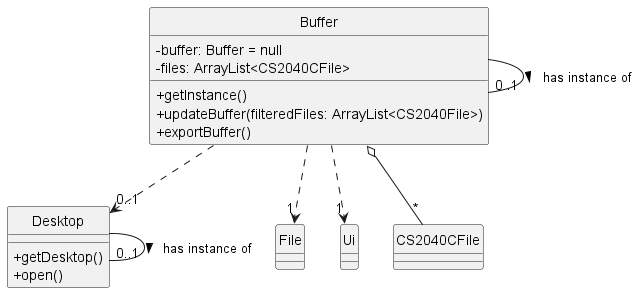
Above: docs/class-diagrams/diagrams/ExportClass.png in ong-ck/tp (PlantUML), before the change.
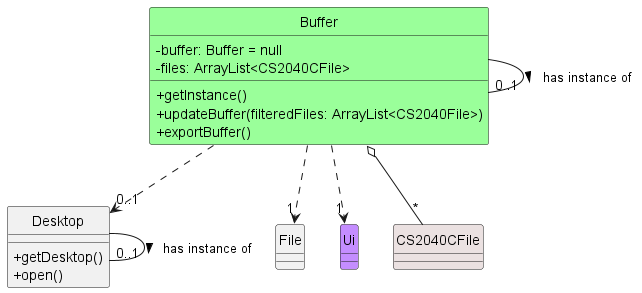
Above is the later version.

Change to the diagram source:
```diff
@@ -1,7 +1,8 @@
 @startuml
 skinparam classAttributeIconSize 0
+!include ../../style.iuml
 
-class Buffer {
+class Buffer Buffer_STYLE {
 -buffer: Buffer = null
 -files: ArrayList<CS2040CFile>
 +getInstance()
@@ -12,10 +13,10 @@
 class File {
 }
 
-class Ui {
+class Ui Ui_STYLE{
 }
 
-class CS2040CFile {
+class CS2040CFile CS2040CFile_STYLE{
 }
 
 class Desktop {
```
